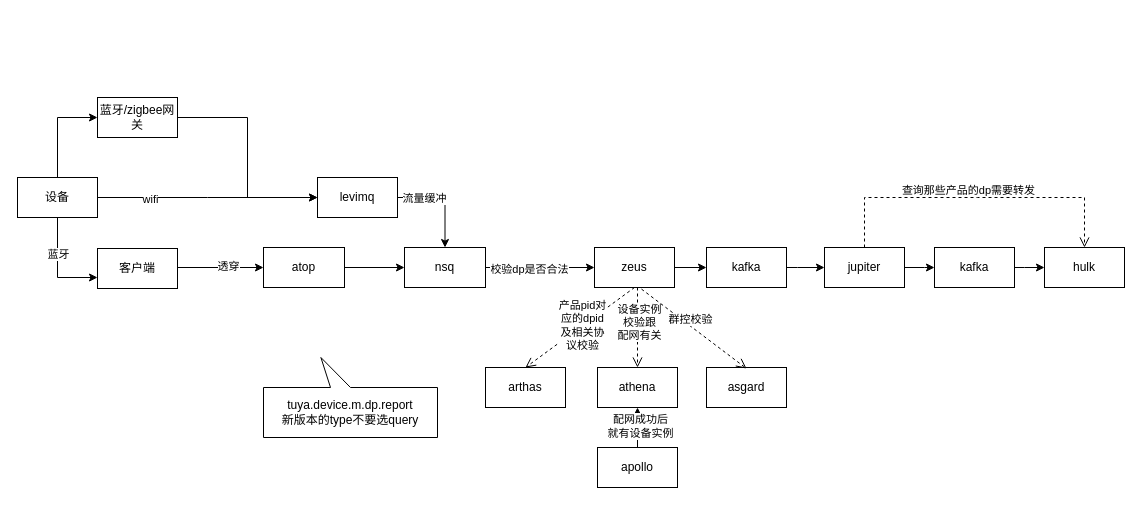
The draw.io diagram Untitled Diagram.drawio in javacoderinhz/img, before the edit. Source tidied: cells renumbered, new cells numbered last; positions are measured from the earlier drawing's top-left corner, leaving out a move shared by most shapes. Both pictures are drawn from the tidied source at 100%, with x=0, y=0 at pixel (17, 97).
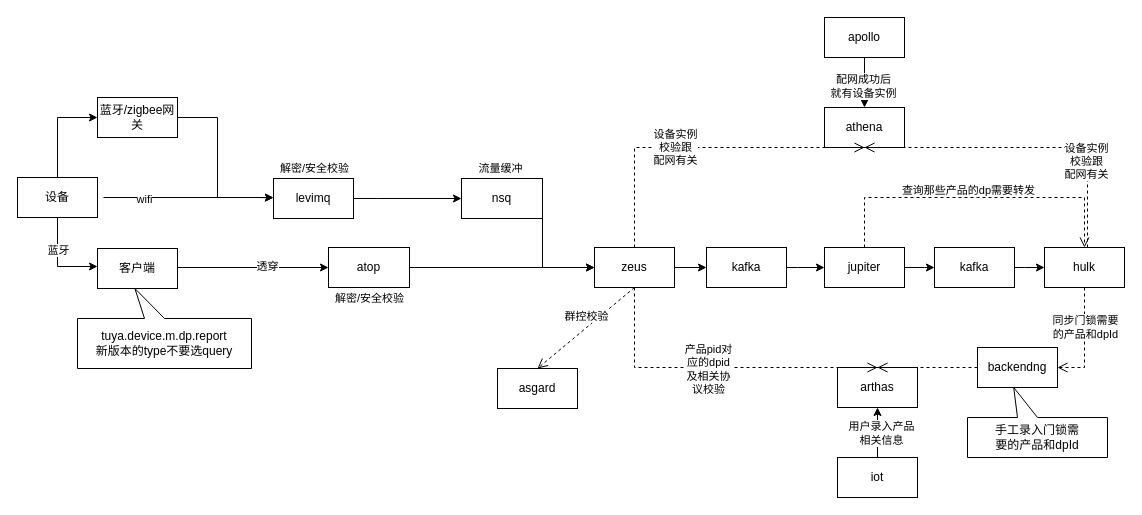
The same page after the edit.

Unchanged cells that the change refers to:
```xml
<mxCell id="5" value="zeus" style="rounded=0;whiteSpace=wrap;html=1;" parent="1" vertex="1">
  <mxGeometry x="577" y="150" width="80" height="40" as="geometry" />
</mxCell>
<mxCell id="11" value="设备" style="rounded=0;whiteSpace=wrap;html=1;" parent="1" vertex="1">
  <mxGeometry y="80" width="80" height="40" as="geometry" />
</mxCell>
<mxCell id="13" value="蓝牙/zigbee网关" style="rounded=0;whiteSpace=wrap;html=1;" parent="1" vertex="1">
  <mxGeometry x="80" width="80" height="40" as="geometry" />
</mxCell>
<mxCell id="16" value="客户端" style="rounded=0;whiteSpace=wrap;html=1;" parent="1" vertex="1">
  <mxGeometry x="80" y="151" width="80" height="40" as="geometry" />
</mxCell>
<mxCell id="21" style="edgeStyle=orthogonalEdgeStyle;rounded=0;jettySize=auto;html=1;entryX=0;entryY=0.5;entryDx=0;entryDy=0;exitX=1;exitY=0.5;exitDx=0;exitDy=0;" parent="1" edge="1" source="20" target="5">
  <mxGeometry relative="1" as="geometry">
    <Array as="points">
      <mxPoint x="497" y="170" />
      <mxPoint x="497" y="170" />
    </Array>
  </mxGeometry>
</mxCell>
<mxCell id="25" value="hulk" style="rounded=0;whiteSpace=wrap;html=1;" parent="1" vertex="1">
  <mxGeometry x="1027" y="150" width="80" height="40" as="geometry" />
</mxCell>
```

Diff of the diagram source:
```diff
@@
-    <mxCell id="2" style="edgeStyle=orthogonalEdgeStyle;rounded=0;jettySize=auto;html=1;entryX=0.5;entryY=0;entryDx=0;entryDy=0;exitX=1;exitY=0.5;exitDx=0;exitDy=0;" parent="1" edge="1" source="4" target="20">
+    <mxCell id="2" style="edgeStyle=orthogonalEdgeStyle;rounded=0;jettySize=auto;html=1;entryX=0;entryY=0.5;entryDx=0;entryDy=0;exitX=1;exitY=0.5;exitDx=0;exitDy=0;" parent="1" edge="1" source="4" target="20">
       <mxGeometry relative="1" as="geometry">
         <Array as="points">
-          <mxPoint x="428" y="100" />
-          <mxPoint x="428" y="150" />
+          <mxPoint x="360" y="101" />
+          <mxPoint x="360" y="101" />
         </Array>
       </mxGeometry>
     </mxCell>
-    <mxCell id="3" value="流量缓冲" style="edgeLabel;html=1;align=center;verticalAlign=middle;" parent="2" vertex="1">
-      <mxGeometry x="-0.46" relative="1" as="geometry" />
-    </mxCell>
     <mxCell id="4" value="levimq" style="rounded=0;whiteSpace=wrap;html=1;" parent="1" vertex="1">
-      <mxGeometry x="300" y="80" width="80" height="40" as="geometry" />
+      <mxGeometry x="256" y="81" width="80" height="40" as="geometry" />
     </mxCell>
@@
-    <mxCell id="7" style="edgeStyle=orthogonalEdgeStyle;rounded=0;jettySize=auto;html=1;" parent="1" edge="1" source="11" target="16">
+    <mxCell id="7" style="edgeStyle=orthogonalEdgeStyle;rounded=0;jettySize=auto;html=1;exitX=0.5;exitY=1;exitDx=0;exitDy=0;" parent="1" edge="1" source="11">
       <mxGeometry relative="1" as="geometry">
+        <mxPoint x="80" y="169" as="targetPoint" />
         <Array as="points">
-          <mxPoint x="40" y="180" />
+          <mxPoint x="40" y="169" />
         </Array>
       </mxGeometry>
     </mxCell>
@@
-    <mxCell id="9" style="edgeStyle=orthogonalEdgeStyle;rounded=0;jettySize=auto;html=1;exitX=1;exitY=0.5;exitDx=0;exitDy=0;" parent="1" edge="1" source="11">
+    <mxCell id="9" style="edgeStyle=orthogonalEdgeStyle;rounded=0;orthogonalLoop=1;jettySize=auto;html=1;exitX=1;exitY=0.5;exitDx=0;exitDy=0;" parent="1" edge="1">
       <mxGeometry relative="1" as="geometry">
-        <mxPoint x="300" y="100" as="targetPoint" />
+        <mxPoint x="86" y="100" as="sourcePoint" />
+        <mxPoint x="256" y="100" as="targetPoint" />
       </mxGeometry>
     </mxCell>
@@
-    <mxCell id="12" style="edgeStyle=orthogonalEdgeStyle;rounded=0;jettySize=auto;html=1;exitX=1;exitY=0.5;exitDx=0;exitDy=0;entryX=0;entryY=0.5;entryDx=0;entryDy=0;" parent="1" edge="1" source="13" target="4">
+    <mxCell id="12" style="edgeStyle=orthogonalEdgeStyle;rounded=0;jettySize=auto;html=1;exitX=1;exitY=0.5;exitDx=0;exitDy=0;entryX=-0.002;entryY=0.483;entryDx=0;entryDy=0;entryPerimeter=0;" parent="1" edge="1" source="13" target="4">
       <mxGeometry relative="1" as="geometry">
         <Array as="points">
-          <mxPoint x="230" y="20" />
-          <mxPoint x="230" y="100" />
+          <mxPoint x="200" y="20" />
+          <mxPoint x="200" y="100" />
+          <mxPoint x="240" y="100" />
         </Array>
       </mxGeometry>
     </mxCell>
@@
-    <mxCell id="18" style="edgeStyle=orthogonalEdgeStyle;rounded=0;jettySize=auto;html=1;entryX=0;entryY=0.5;entryDx=0;entryDy=0;" parent="1" edge="1" source="19" target="20">
+    <mxCell id="18" style="edgeStyle=orthogonalEdgeStyle;rounded=0;jettySize=auto;html=1;entryX=0;entryY=0.5;entryDx=0;entryDy=0;" parent="1" edge="1" source="19" target="5">
       <mxGeometry relative="1" as="geometry" />
     </mxCell>
     <mxCell id="19" value="atop" style="whiteSpace=wrap;html=1;rounded=0;" parent="1" vertex="1">
-      <mxGeometry x="246" y="150" width="81" height="40" as="geometry" />
+      <mxGeometry x="311" y="150" width="81" height="40" as="geometry" />
     </mxCell>
     <mxCell id="20" value="nsq" style="whiteSpace=wrap;html=1;rounded=0;" parent="1" vertex="1">
-      <mxGeometry x="387" y="150" width="81" height="40" as="geometry" />
+      <mxGeometry x="444" y="81" width="81" height="40" as="geometry" />
     </mxCell>
@@
-    <mxCell id="22" value="校验dp是否合法" style="edgeLabel;html=1;align=center;verticalAlign=middle;" parent="21" vertex="1">
-      <mxGeometry x="-0.22" y="-1" relative="1" as="geometry" />
-    </mxCell>
@@
     <mxCell id="28" value="athena" style="rounded=0;whiteSpace=wrap;html=1;" parent="1" vertex="1">
-      <mxGeometry x="580" y="270" width="80" height="40" as="geometry" />
+      <mxGeometry x="807" y="10" width="80" height="40" as="geometry" />
     </mxCell>
     <mxCell id="29" value="tuya.device.m.dp.report&lt;br&gt;新版本的type不要选query" style="shape=callout;whiteSpace=wrap;html=1;perimeter=calloutPerimeter;position2=0.67;direction=west;" parent="1" vertex="1">
-      <mxGeometry x="246" y="260" width="174" height="80" as="geometry" />
+      <mxGeometry x="60" y="191" width="174" height="80" as="geometry" />
     </mxCell>
     <mxCell id="30" value="arthas" style="rounded=0;whiteSpace=wrap;html=1;" parent="1" vertex="1">
-      <mxGeometry x="468" y="270" width="80" height="40" as="geometry" />
+      <mxGeometry x="820" y="270" width="80" height="40" as="geometry" />
     </mxCell>
     <mxCell id="31" value="asgard" style="rounded=0;whiteSpace=wrap;html=1;" parent="1" vertex="1">
-      <mxGeometry x="689" y="270" width="80" height="40" as="geometry" />
+      <mxGeometry x="480" y="271" width="80" height="40" as="geometry" />
     </mxCell>
     <mxCell id="32" style="html=1;verticalAlign=bottom;endArrow=open;dashed=1;endSize=8;rounded=0;entryX=0.5;entryY=0;entryDx=0;entryDy=0;exitX=0.5;exitY=1;exitDx=0;exitDy=0;" parent="1" edge="1" source="5" target="30">
-      <mxGeometry relative="1" as="geometry" />
+      <mxGeometry relative="1" as="geometry">
+        <Array as="points">
+          <mxPoint x="617" y="270" />
+        </Array>
+      </mxGeometry>
     </mxCell>
@@
-    <mxCell id="34" style="html=1;verticalAlign=bottom;endArrow=open;dashed=1;endSize=8;rounded=0;exitX=0.5;exitY=0;exitDx=0;exitDy=0;entryX=0.5;entryY=0;entryDx=0;entryDy=0;" parent="1" edge="1" target="28">
+    <mxCell id="34" style="html=1;verticalAlign=bottom;endArrow=open;dashed=1;endSize=8;rounded=0;exitX=0.5;exitY=0;exitDx=0;exitDy=0;entryX=0.5;entryY=1;entryDx=0;entryDy=0;" parent="1" edge="1" source="5" target="28">
       <mxGeometry relative="1" as="geometry">
-        <mxPoint x="620" y="190" as="sourcePoint" />
+        <Array as="points">
+          <mxPoint x="617" y="50" />
+        </Array>
       </mxGeometry>
     </mxCell>
@@
-    <mxCell id="36" value="群控校验" style="html=1;verticalAlign=bottom;endArrow=open;dashed=1;endSize=8;rounded=0;exitX=0.5;exitY=0;exitDx=0;exitDy=0;entryX=0.587;entryY=1.015;entryDx=0;entryDy=0;entryPerimeter=0;" parent="1" edge="1">
+    <mxCell id="36" value="群控校验" style="html=1;verticalAlign=bottom;endArrow=open;dashed=1;endSize=8;rounded=0;exitX=0.5;exitY=1;exitDx=0;exitDy=0;" parent="1" edge="1" source="5">
       <mxGeometry x="-0.04" y="-2" relative="1" as="geometry">
-        <mxPoint x="624" y="191.6" as="sourcePoint" />
-        <mxPoint x="729" y="271" as="targetPoint" />
+        <mxPoint x="520" y="271" as="targetPoint" />
       </mxGeometry>
     </mxCell>
@@
     <mxCell id="39" value="apollo" style="rounded=0;whiteSpace=wrap;html=1;" parent="1" vertex="1">
-      <mxGeometry x="580" y="350" width="80" height="40" as="geometry" />
+      <mxGeometry x="807" y="-80" width="80" height="40" as="geometry" />
     </mxCell>
-    <mxCell id="40" style="edgeStyle=orthogonalEdgeStyle;rounded=0;jettySize=auto;html=1;entryX=0.5;entryY=1;entryDx=0;entryDy=0;exitX=0.5;exitY=0;exitDx=0;exitDy=0;" parent="1" edge="1" source="39" target="28">
+    <mxCell id="40" style="edgeStyle=orthogonalEdgeStyle;rounded=0;orthogonalLoop=1;jettySize=auto;html=1;entryX=0.5;entryY=0;entryDx=0;entryDy=0;exitX=0.5;exitY=1;exitDx=0;exitDy=0;" parent="1" edge="1">
       <mxGeometry relative="1" as="geometry">
+        <mxPoint x="847" y="-40" as="sourcePoint" />
+        <mxPoint x="847" y="10" as="targetPoint" />
         <Array as="points">
-          <mxPoint x="620" y="330" />
-          <mxPoint x="620" y="330" />
+          <mxPoint x="847" y="-20" />
+          <mxPoint x="847" y="-20" />
         </Array>
       </mxGeometry>
     </mxCell>
@@
+    <mxCell id="43" value="iot" style="rounded=0;whiteSpace=wrap;html=1;" parent="1" vertex="1">
+      <mxGeometry x="820" y="360" width="80" height="40" as="geometry" />
+    </mxCell>
+    <mxCell id="44" style="edgeStyle=orthogonalEdgeStyle;rounded=0;jettySize=auto;html=1;entryX=0.5;entryY=1;entryDx=0;entryDy=0;exitX=0.5;exitY=0;exitDx=0;exitDy=0;" parent="1" edge="1" source="43" target="30">
+      <mxGeometry relative="1" as="geometry">
+        <Array as="points">
+          <mxPoint x="860" y="340" />
+          <mxPoint x="860" y="340" />
+        </Array>
+      </mxGeometry>
+    </mxCell>
+    <mxCell id="45" value="用户录入产品&lt;br&gt;相关信息" style="edgeLabel;html=1;align=center;verticalAlign=middle;" parent="44" vertex="1">
+      <mxGeometry y="-3" relative="1" as="geometry" />
+    </mxCell>
+    <mxCell id="46" style="html=1;verticalAlign=bottom;endArrow=open;dashed=1;endSize=8;rounded=0;entryX=0.5;entryY=0;entryDx=0;entryDy=0;exitX=0;exitY=0.5;exitDx=0;exitDy=0;" parent="1" edge="1" source="50" target="30">
+      <mxGeometry relative="1" as="geometry" />
+    </mxCell>
+    <mxCell id="47" style="html=1;verticalAlign=bottom;endArrow=open;dashed=1;endSize=8;rounded=0;entryX=0.5;entryY=1;entryDx=0;entryDy=0;" parent="1" edge="1" target="28">
+      <mxGeometry relative="1" as="geometry">
+        <mxPoint x="1070" y="150" as="sourcePoint" />
+        <Array as="points">
+          <mxPoint x="1070" y="50" />
+        </Array>
+      </mxGeometry>
+    </mxCell>
+    <mxCell id="48" value="设备实例&lt;br&gt;校验跟&lt;br&gt;配网有关" style="edgeLabel;html=1;align=center;verticalAlign=middle;" parent="47" vertex="1">
+      <mxGeometry x="-0.15" y="1" relative="1" as="geometry">
+        <mxPoint x="35" y="12" as="offset" />
+      </mxGeometry>
+    </mxCell>
+    <mxCell id="3" value="流量缓冲" style="edgeLabel;html=1;align=center;verticalAlign=middle;" parent="1" vertex="1">
+      <mxGeometry x="482" y="70" as="geometry" />
+    </mxCell>
+    <mxCell id="49" value="解密/安全校验" style="edgeLabel;html=1;align=center;verticalAlign=middle;" parent="1" vertex="1">
+      <mxGeometry x="296" y="70" as="geometry" />
+    </mxCell>
+    <mxCell id="50" value="backendng" style="rounded=0;whiteSpace=wrap;html=1;" parent="1" vertex="1">
+      <mxGeometry x="960" y="250" width="80" height="40" as="geometry" />
+    </mxCell>
+    <mxCell id="51" style="html=1;verticalAlign=bottom;endArrow=open;dashed=1;endSize=8;rounded=0;entryX=1;entryY=0.5;entryDx=0;entryDy=0;exitX=0.5;exitY=1;exitDx=0;exitDy=0;" parent="1" edge="1" source="25" target="50">
+      <mxGeometry relative="1" as="geometry">
+        <Array as="points">
+          <mxPoint x="1067" y="270" />
+        </Array>
+      </mxGeometry>
+    </mxCell>
+    <mxCell id="52" value="同步门锁需要&lt;br&gt;的产品和dpId" style="edgeLabel;html=1;align=center;verticalAlign=middle;" parent="51" vertex="1">
+      <mxGeometry x="-0.28" relative="1" as="geometry" />
+    </mxCell>
+    <mxCell id="53" value="手工录入门锁需&lt;br&gt;要的产品和dpId" style="shape=callout;whiteSpace=wrap;html=1;perimeter=calloutPerimeter;position2=0.67;direction=west;" parent="1" vertex="1">
+      <mxGeometry x="950" y="290" width="140" height="70" as="geometry" />
+    </mxCell>
+    <mxCell id="54" value="解密/安全校验" style="edgeLabel;html=1;align=center;verticalAlign=middle;" parent="1" vertex="1">
+      <mxGeometry x="351.5" y="200" as="geometry" />
+    </mxCell>
```
